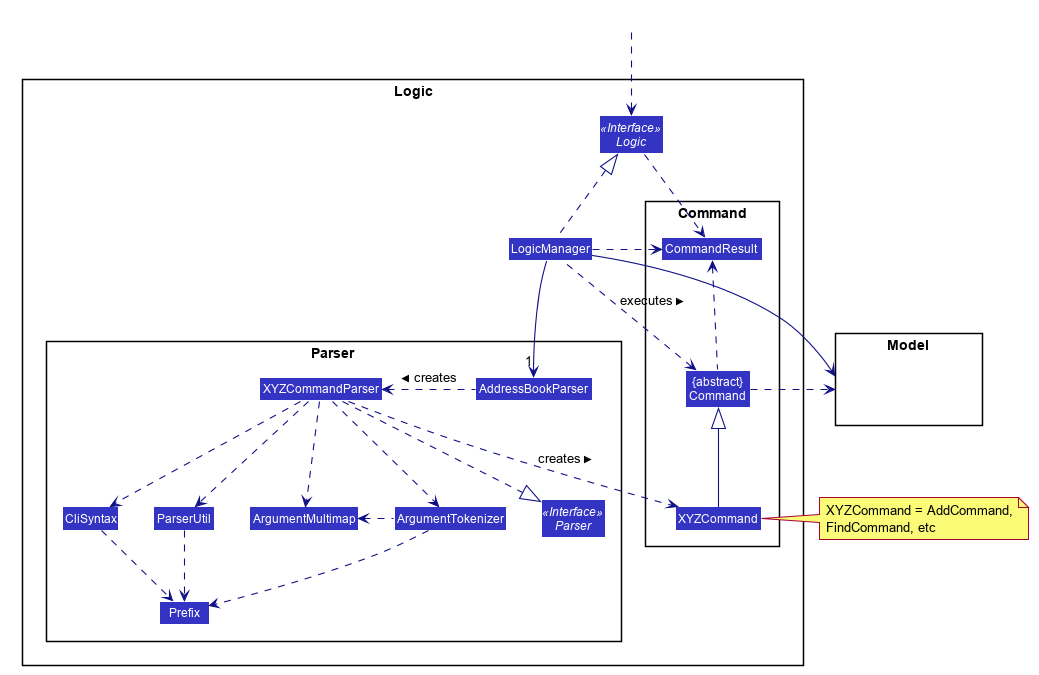
This is docs/images/LogicClassDiagram.png from nus-cs2103-AY2021S2/tp, a PlantUML export, as it was before one commit.
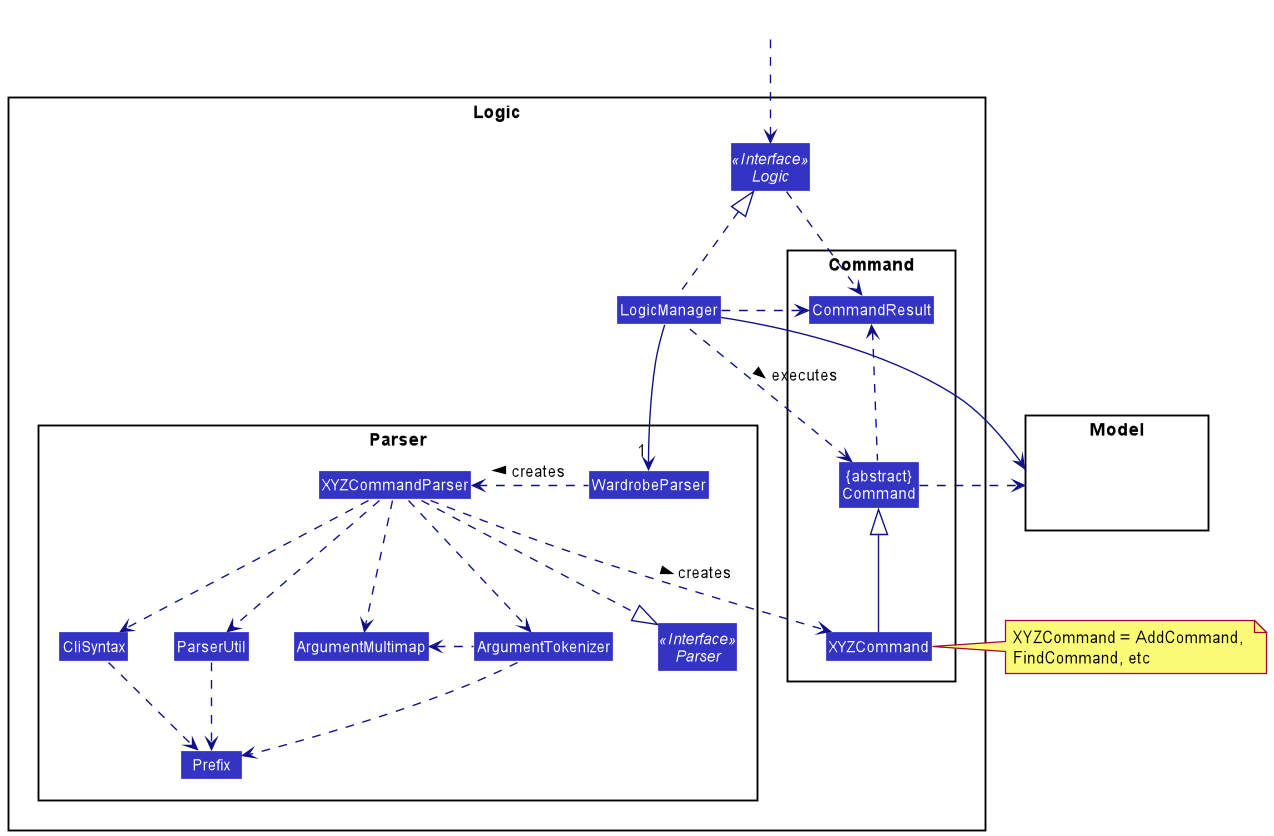
The same diagram one commit later.

Commit message:
update Logic, Model and Storage diagrams

What changed in the source:
```diff
@@ -1,61 +1,14 @@
 @startuml
-
-
-
-
-
-
-
-
-skinparam BackgroundColor #FFFFFFF
-
-skinparam Shadowing false
-
-skinparam Class {
-    FontColor #FFFFFF
-    BorderThickness 1
-    BorderColor #FFFFFF
-    StereotypeFontColor #FFFFFF
-    FontName Arial
-}
-
-skinparam Actor {
-    BorderColor #000000
-    Color #000000
-    FontName Arial
-}
-
-skinparam Sequence {
-    MessageAlign center
-    BoxFontSize 15
-    BoxPadding 0
-    BoxFontColor #FFFFFF
-    FontName Arial
-}
-
-skinparam Participant {
-    FontColor #FFFFFFF
-    Padding 20
-}
-
-skinparam MinClassWidth 50
-skinparam ParticipantPadding 10
-skinparam Shadowing false
-skinparam DefaultTextAlignment center
-skinparam packageStyle Rectangle
-
-hide footbox
-hide members
-hide circle
+!include style.puml
 skinparam arrowThickness 1.1
-skinparam arrowColor #101086
-skinparam classBackgroundColor #3333C4
+skinparam arrowColor LOGIC_COLOR_T4
+skinparam classBackgroundColor LOGIC_COLOR
 
 package Logic {
 
 package Parser {
 Interface Parser <<Interface>>
-Class AddressBookParser
+Class WardrobeParser
 Class XYZCommandParser
 Class CliSyntax
 Class ParserUtil
@@ -82,8 +35,8 @@
 HiddenOutside ..> Logic
 
 LogicManager .up.|> Logic
-LogicManager -->"1" AddressBookParser
-AddressBookParser .left.> XYZCommandParser: creates >
+LogicManager -->"1" WardrobeParser
+WardrobeParser .left.> XYZCommandParser: creates >
 
 XYZCommandParser ..> XYZCommand : creates >
 XYZCommandParser ..|> Parser
```
